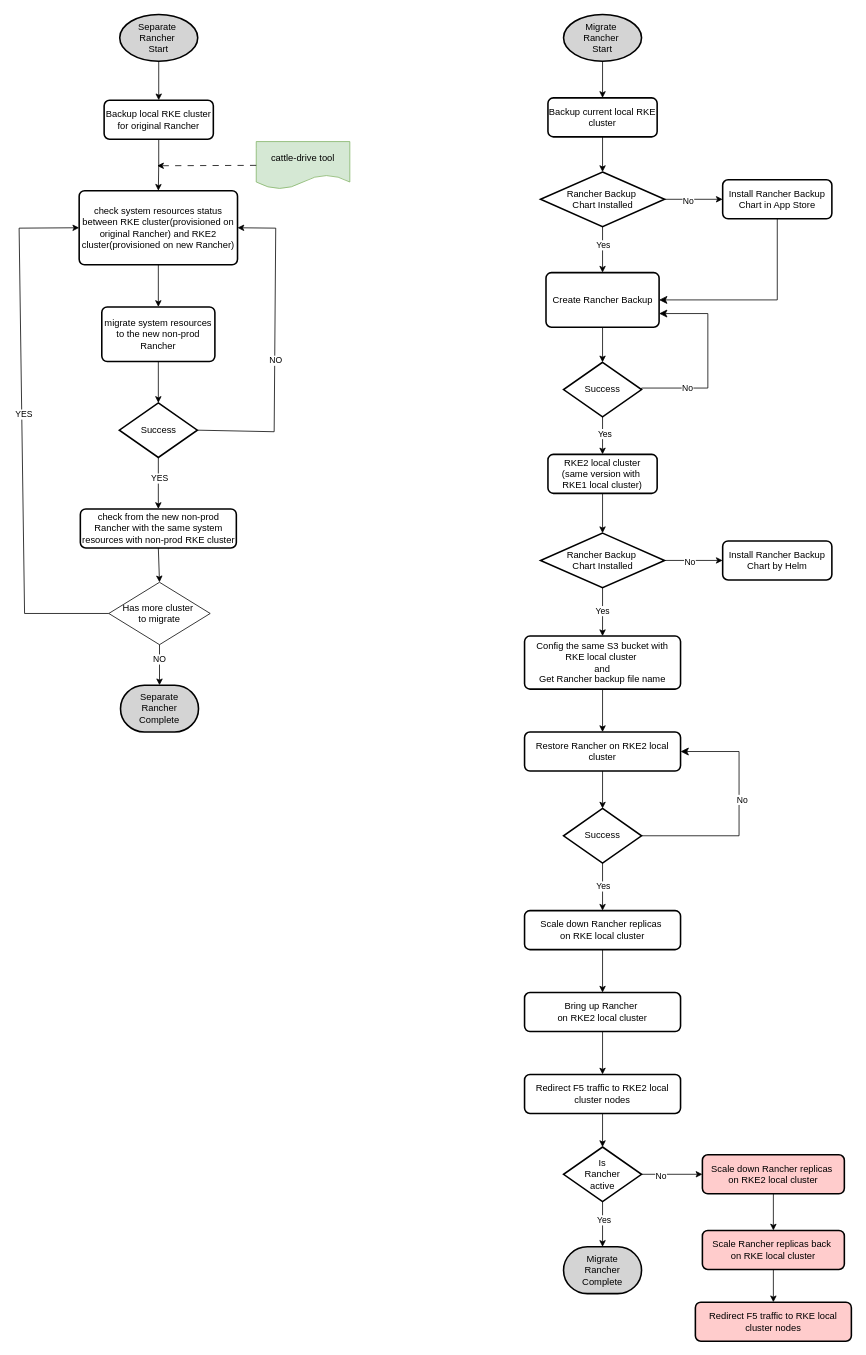
JacieChao/jacie-docs keeps this draw.io diagram as img/replatform-process.drawio. Above is the earlier version. Source tidied: cells renumbered, new cells numbered last; positions are measured from the earlier drawing's top-left corner, leaving out a move shared by most shapes. Both pictures are drawn from the tidied source at 78%, with x=0, y=0 at pixel (19, 14).
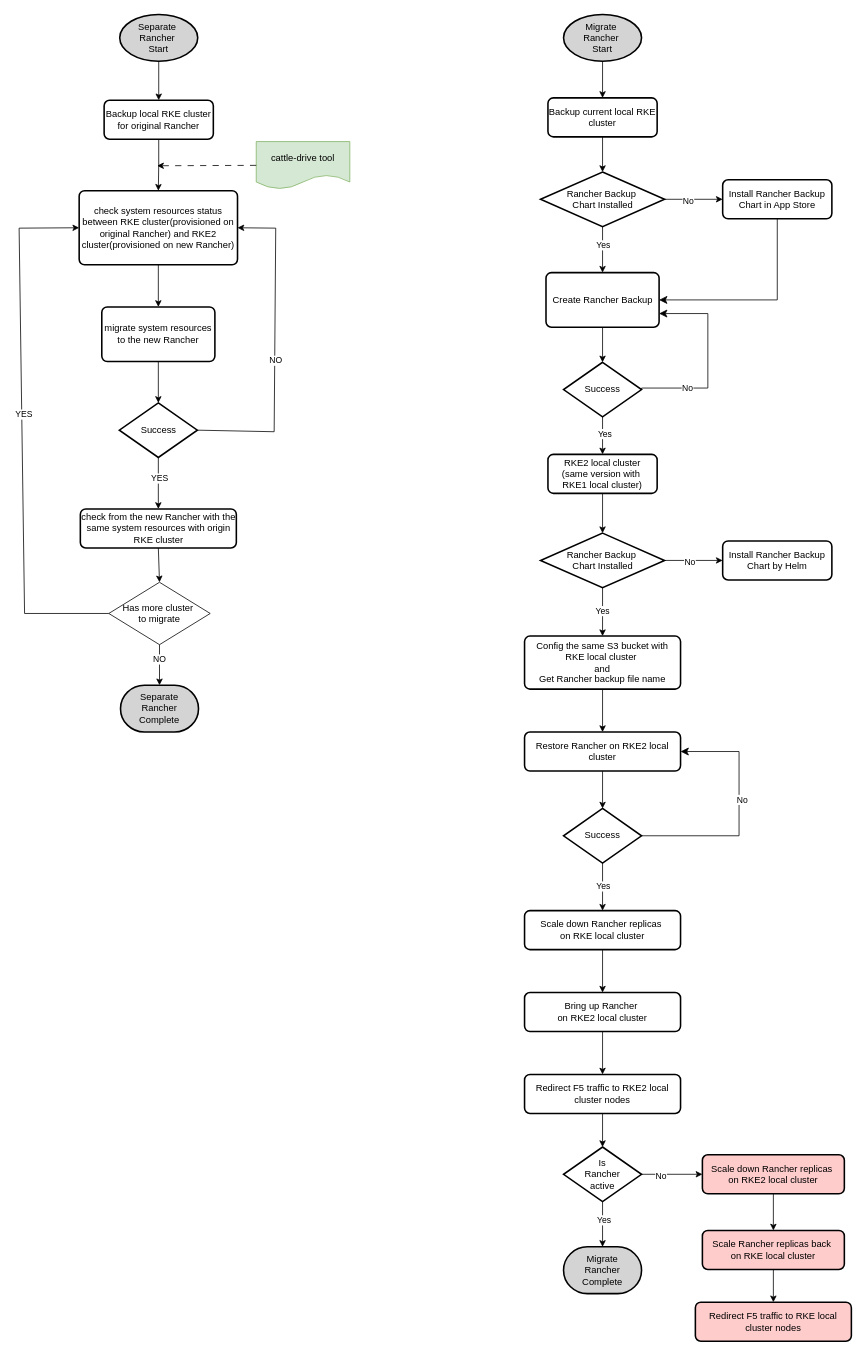
The same page after the edit.

Change to the diagram source:
```diff
@@
-    <mxCell id="9" value="migrate system resources to the new non-prod Rancher" style="rounded=1;whiteSpace=wrap;html=1;absoluteArcSize=1;arcSize=14;strokeWidth=2;" parent="1" vertex="1">
+    <mxCell id="9" value="migrate system resources to the new Rancher" style="rounded=1;whiteSpace=wrap;html=1;absoluteArcSize=1;arcSize=14;strokeWidth=2;" parent="1" vertex="1">
       <mxGeometry x="106" y="375" width="145" height="70" as="geometry" />
     </mxCell>
@@
-    <mxCell id="14" value="check from the new non-prod Rancher with the same system resources with non-prod RKE cluster" style="rounded=1;whiteSpace=wrap;html=1;absoluteArcSize=1;arcSize=14;strokeWidth=2;" parent="1" vertex="1">
+    <mxCell id="14" value="check from the new Rancher with the same system resources with origin RKE cluster" style="rounded=1;whiteSpace=wrap;html=1;absoluteArcSize=1;arcSize=14;strokeWidth=2;" parent="1" vertex="1">
       <mxGeometry x="78.5" y="634" width="200" height="50" as="geometry" />
     </mxCell>
```
